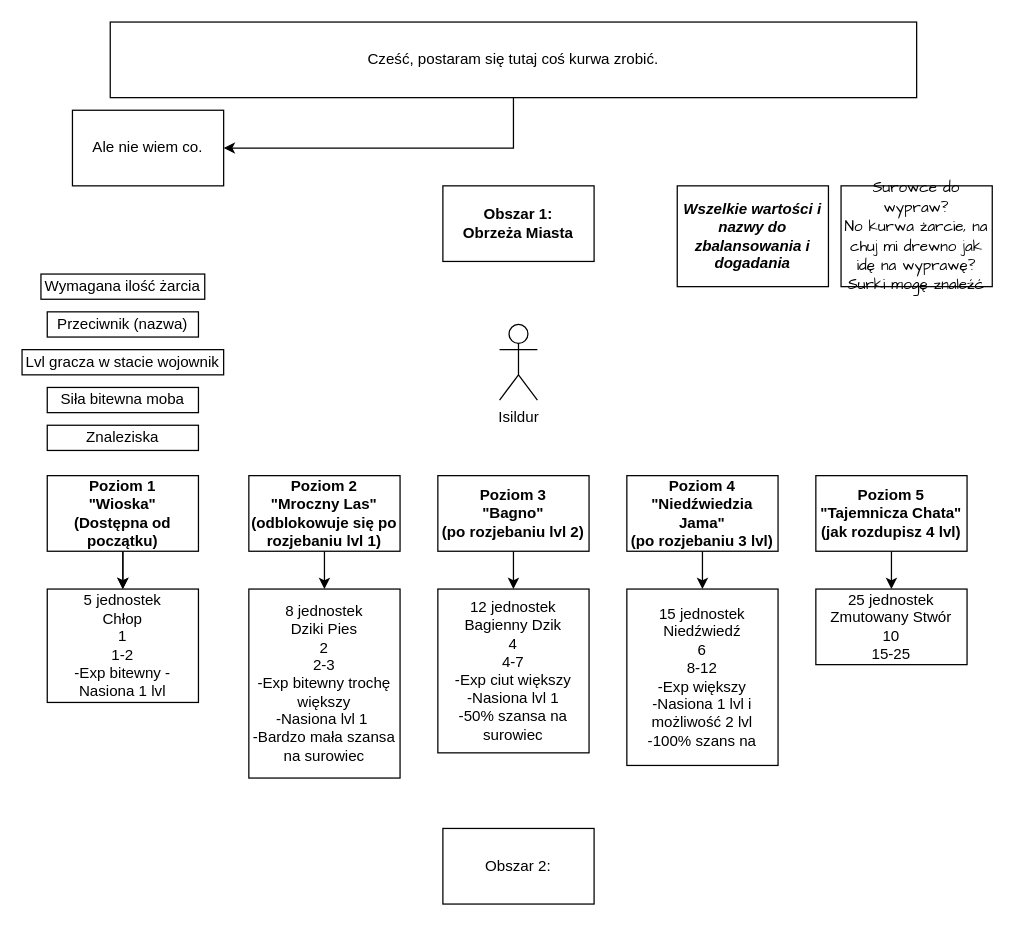
Before: page "Propozycje Faziego" (9 of 9) of gameChanger.drawio in piotreczek5/GameChanger, a draw.io diagram. Source tidied: cells renumbered, new cells numbered last; positions are measured from the earlier drawing's top-left corner, leaving out a move shared by most shapes. Both pictures are drawn from the tidied source at 126%, with x=0, y=0 at pixel (21, 21).
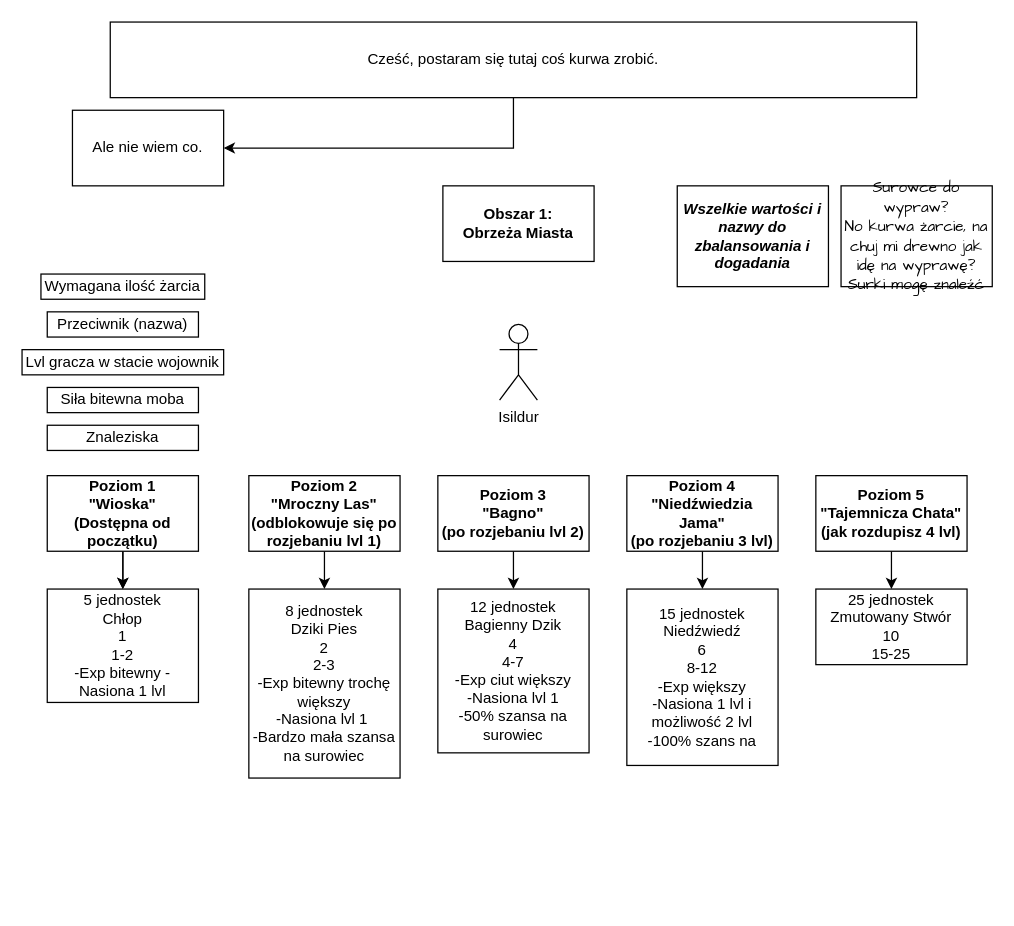
The same diagram, later.

The edit, as a diff of the source:
```diff
@@
-    <mxCell id="30" value="Obszar 2:&lt;br&gt;" style="whiteSpace=wrap;html=1;" parent="1" vertex="1">
-      <mxGeometry x="334" y="640" width="120" height="60" as="geometry" />
-    </mxCell>
```
